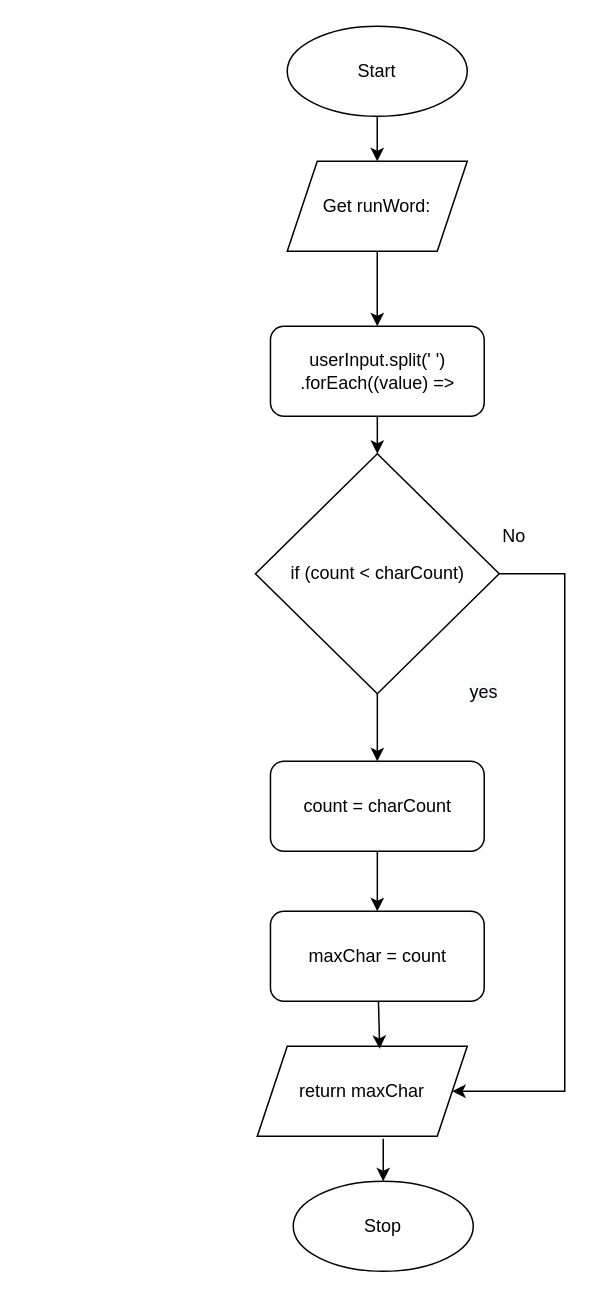
Above: Drawio/Flowchart.drawio in JacksonNaufal/ics4u-assignment-2-ERROR--typescript (draw.io), before the change. Source tidied: cells renumbered, new cells numbered last; positions are measured from the earlier drawing's top-left corner, leaving out a move shared by most shapes. Both pictures are drawn from the tidied source at 150%, with x=0, y=0 at pixel (255, 26).
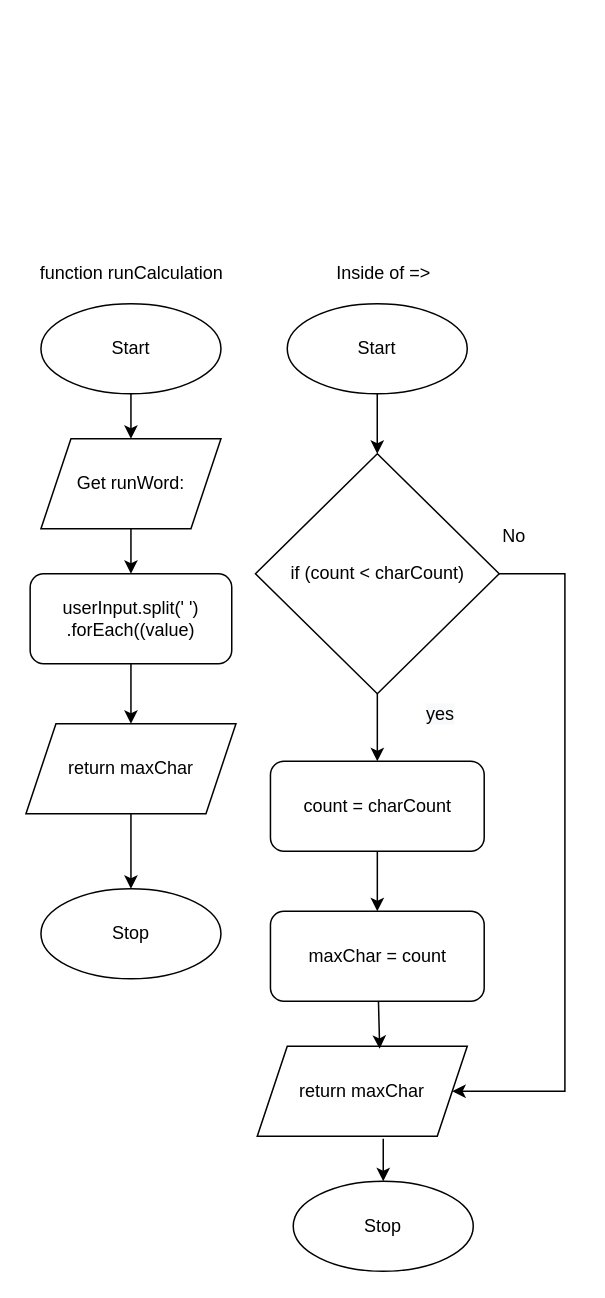
After the change.

Unchanged cells that the change refers to:
```xml
<mxCell id="8" value="return maxChar" style="shape=parallelogram;perimeter=parallelogramPerimeter;whiteSpace=wrap;html=1;fixedSize=1;" parent="1" vertex="1">
  <mxGeometry x="1" y="680" width="140" height="60" as="geometry" />
</mxCell>
<mxCell id="14" value="if (count &amp;lt; charCount)" style="rhombus;whiteSpace=wrap;html=1;" parent="1" vertex="1">
  <mxGeometry x="-0.2" y="285" width="162.5" height="160" as="geometry" />
</mxCell>
```

The edit, as a diff of the source:
```diff
@@
-    <mxCell id="2" style="edgeStyle=none;html=1;" parent="1" edge="1" source="3" target="6">
-      <mxGeometry relative="1" as="geometry" />
-    </mxCell>
+    <mxCell id="20" style="edgeStyle=none;html=1;" parent="1" edge="1" source="3" target="14">
+      <mxGeometry relative="1" as="geometry" />
+    </mxCell>
     <mxCell id="3" value="Start" style="ellipse;whiteSpace=wrap;html=1;" parent="1" vertex="1">
-      <mxGeometry x="21" width="120" height="60" as="geometry" />
+      <mxGeometry x="21" y="185" width="120" height="60" as="geometry" />
     </mxCell>
@@
-    <mxCell id="5" style="edgeStyle=none;html=1;" parent="1" edge="1" source="6" target="11">
-      <mxGeometry relative="1" as="geometry" />
-    </mxCell>
-    <mxCell id="6" value="Get runWord:" style="shape=parallelogram;perimeter=parallelogramPerimeter;whiteSpace=wrap;html=1;fixedSize=1;" parent="1" vertex="1">
-      <mxGeometry x="21" y="90" width="120" height="60" as="geometry" />
-    </mxCell>
@@
     <mxCell id="9" value="&lt;font style=&quot;font-size: 12px&quot;&gt;No&lt;/font&gt;" style="text;html=1;align=center;verticalAlign=middle;strokeColor=none;fillColor=none;fontSize=10;" parent="1" vertex="1">
-      <mxGeometry x="157.2" y="330" width="30" height="20" as="geometry" />
+      <mxGeometry x="157.3" y="330" width="30" height="20" as="geometry" />
     </mxCell>
-    <mxCell id="10" style="edgeStyle=none;html=1;" parent="1" edge="1" source="11" target="14">
-      <mxGeometry relative="1" as="geometry" />
-    </mxCell>
-    <mxCell id="11" value="userInput.split(' ')&lt;br&gt;.forEach((value) =&amp;gt;" style="rounded=1;whiteSpace=wrap;html=1;" parent="1" vertex="1">
-      <mxGeometry x="9.8" y="200" width="142.5" height="60" as="geometry" />
-    </mxCell>
     <mxCell id="12" style="edgeStyle=none;html=1;entryX=1;entryY=0.5;entryDx=0;entryDy=0;rounded=0;" parent="1" edge="1" source="14" target="8">
       <mxGeometry relative="1" as="geometry">
         <Array as="points">
-          <mxPoint x="206" y="365" />
-          <mxPoint x="206" y="710" />
+          <mxPoint x="206.1" y="365" />
+          <mxPoint x="206.1" y="710" />
         </Array>
       </mxGeometry>
     </mxCell>
@@
     <mxCell id="15" value="&lt;span style=&quot;color: rgb(0 , 0 , 0) ; font-family: &amp;#34;helvetica&amp;#34; ; font-size: 12px ; font-style: normal ; font-weight: 400 ; letter-spacing: normal ; text-align: center ; text-indent: 0px ; text-transform: none ; word-spacing: 0px ; background-color: rgb(248 , 249 , 250) ; display: inline ; float: none&quot;&gt;yes&lt;/span&gt;" style="text;whiteSpace=wrap;html=1;" parent="1" vertex="1">
-      <mxGeometry x="141" y="430" width="40" height="30" as="geometry" />
+      <mxGeometry x="112.3" y="445" width="40" height="30" as="geometry" />
     </mxCell>
@@
+    <mxCell id="21" style="edgeStyle=none;html=1;" parent="1" edge="1" source="22" target="6">
+      <mxGeometry relative="1" as="geometry" />
+    </mxCell>
+    <mxCell id="22" value="Start" style="ellipse;whiteSpace=wrap;html=1;" parent="1" vertex="1">
+      <mxGeometry x="-143.2" y="185" width="120" height="60" as="geometry" />
+    </mxCell>
+    <mxCell id="23" value="Stop" style="ellipse;whiteSpace=wrap;html=1;" parent="1" vertex="1">
+      <mxGeometry x="-143.2" y="575" width="120" height="60" as="geometry" />
+    </mxCell>
+    <mxCell id="24" style="edgeStyle=none;html=1;" parent="1" edge="1" source="25" target="23">
+      <mxGeometry relative="1" as="geometry" />
+    </mxCell>
+    <mxCell id="25" value="return maxChar" style="shape=parallelogram;perimeter=parallelogramPerimeter;whiteSpace=wrap;html=1;fixedSize=1;" parent="1" vertex="1">
+      <mxGeometry x="-153.2" y="465" width="140" height="60" as="geometry" />
+    </mxCell>
+    <mxCell id="26" style="edgeStyle=none;html=1;" parent="1" edge="1" source="6" target="28">
+      <mxGeometry relative="1" as="geometry" />
+    </mxCell>
+    <mxCell id="6" value="Get runWord:" style="shape=parallelogram;perimeter=parallelogramPerimeter;whiteSpace=wrap;html=1;fixedSize=1;" parent="1" vertex="1">
+      <mxGeometry x="-143.2" y="275" width="120" height="60" as="geometry" />
+    </mxCell>
+    <mxCell id="27" style="edgeStyle=none;html=1;" parent="1" edge="1" source="28" target="25">
+      <mxGeometry relative="1" as="geometry" />
+    </mxCell>
+    <mxCell id="28" value="userInput.split(' ')&lt;br&gt;.forEach((value)" style="rounded=1;whiteSpace=wrap;html=1;" parent="1" vertex="1">
+      <mxGeometry x="-150.4" y="365" width="134.4" height="60" as="geometry" />
+    </mxCell>
+    <mxCell id="29" value="function runCalculation" style="text;html=1;align=center;verticalAlign=middle;strokeColor=none;fillColor=none;" parent="1" vertex="1">
+      <mxGeometry x="-153.2" y="155" width="140" height="20" as="geometry" />
+    </mxCell>
+    <mxCell id="30" value="Inside of =&amp;gt;" style="text;html=1;align=center;verticalAlign=middle;strokeColor=none;fillColor=none;" parent="1" vertex="1">
+      <mxGeometry x="45" y="155" width="80" height="20" as="geometry" />
+    </mxCell>
```
